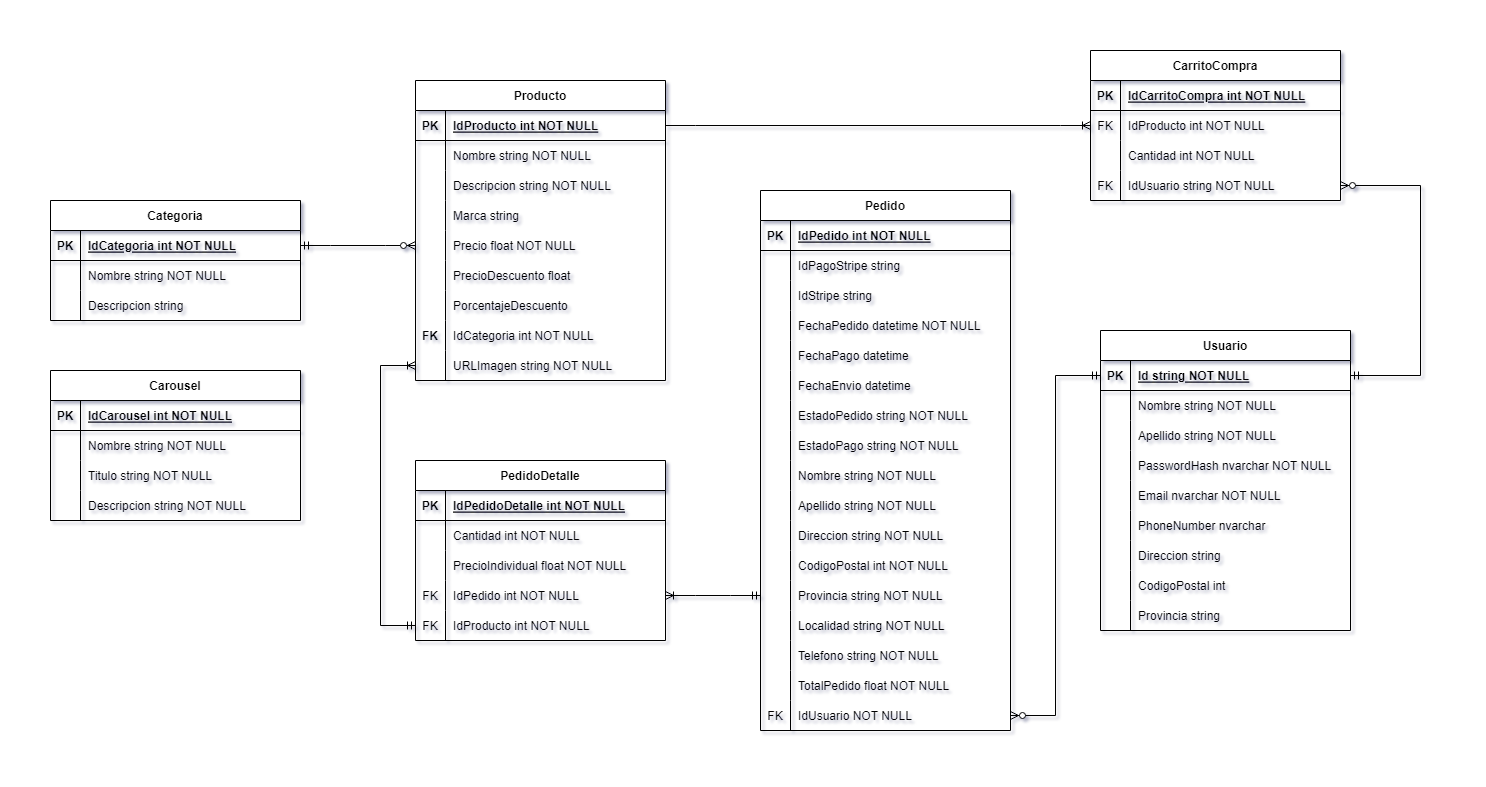
This is ECommerceWeb/wwwroot/images/sobre_el_proyecto/DER_oscuro.png from JoseNarvaja/e-commerce-web, a draw.io export, as it was before one commit. Source tidied: cells renumbered, new cells last; positions are measured from the earlier drawing's top-left corner, leaving out a move shared by most shapes.
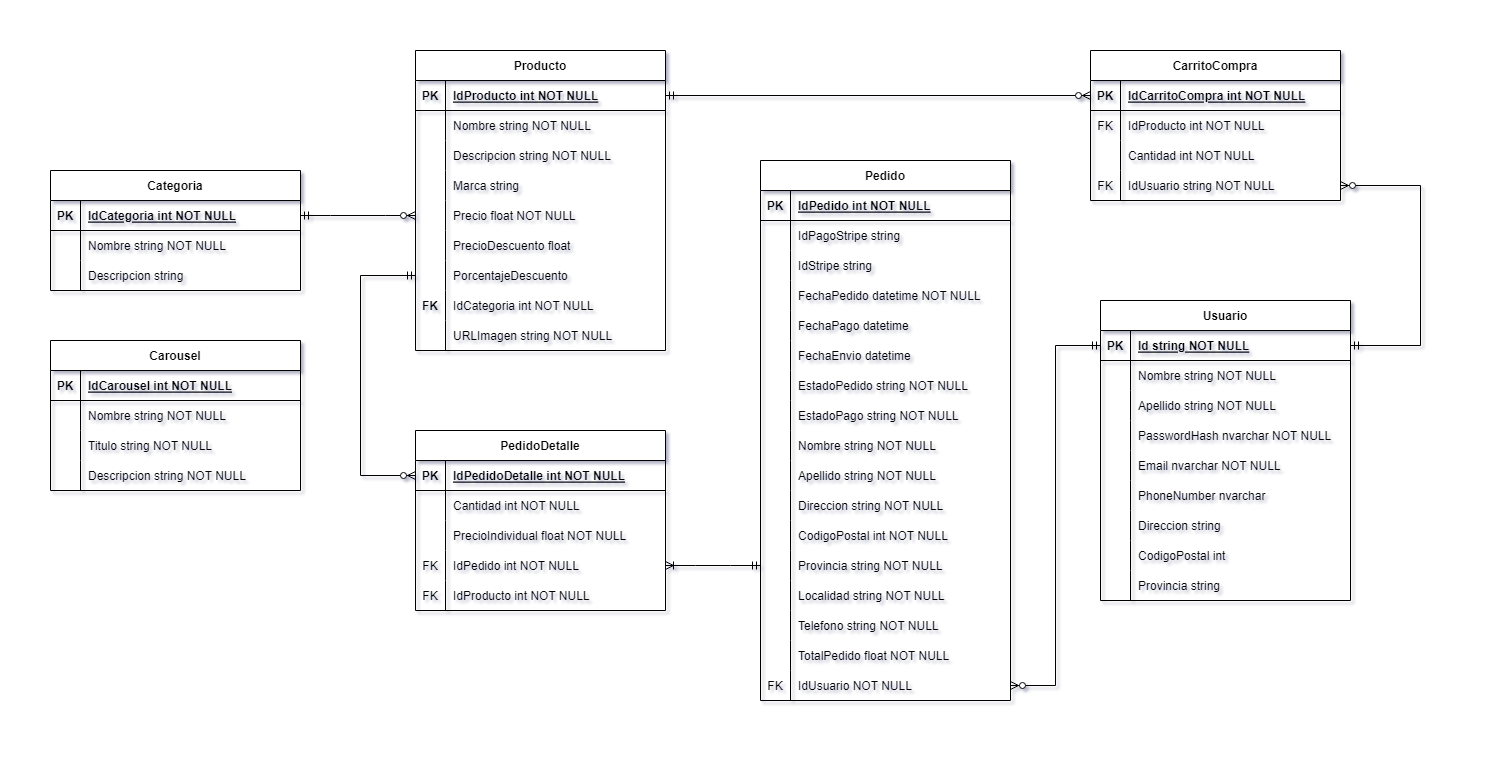
The same file after the commit.

Change to the diagram source:
```diff
@@ -117,7 +117,7 @@
       <mxGeometry x="30" width="220" height="30" as="geometry" />
     </mxCell>
     <mxCell id="40" value="CarritoCompra" style="shape=table;startSize=30;rowLines=0;fontStyle=1;align=center;" parent="1" vertex="1">
-      <mxGeometry x="1040" width="250" height="150" as="geometry" />
+      <mxGeometry x="1040" y="30" width="250" height="150" as="geometry" />
     </mxCell>
     <mxCell id="41" style="shape=partialRectangle;fillColor=none;points=[[0,0.5],[1,0.5]];portConstraint=eastwest;top=0;left=0;right=0;bottom=1;" parent="40" vertex="1">
       <mxGeometry y="30" width="250" height="30" as="geometry" />
@@ -155,9 +155,6 @@
     <mxCell id="52" value="IdUsuario string NOT NULL" style="shape=partialRectangle;overflow=hidden;fillColor=none;top=0;left=0;bottom=0;right=0;align=left;spacingLeft=6;" parent="50" vertex="1">
       <mxGeometry x="30" width="220" height="30" as="geometry" />
     </mxCell>
-    <mxCell id="53" style="edgeStyle=entityRelationEdgeStyle;fontSize=12;html=1;endArrow=ERoneToMany;rounded=0;entryX=0;entryY=0.5;entryDx=0;entryDy=0;exitX=1;exitY=0.5;exitDx=0;exitDy=0;" parent="1" edge="1" source="3" target="44">
-      <mxGeometry relative="1" as="geometry" />
-    </mxCell>
     <mxCell id="54" value="Usuario" style="shape=table;startSize=30;rowLines=0;fontStyle=1;align=center;" parent="1" vertex="1">
       <mxGeometry x="1050" y="280" width="250" height="300" as="geometry" />
     </mxCell>
@@ -462,13 +459,6 @@
     <mxCell id="153" style="edgeStyle=entityRelationEdgeStyle;fontSize=12;html=1;endArrow=ERoneToMany;startArrow=ERmandOne;rounded=0;entryX=1;entryY=0.5;entryDx=0;entryDy=0;exitX=0;exitY=0.5;exitDx=0;exitDy=0;" parent="1" edge="1" source="119" target="147">
       <mxGeometry relative="1" as="geometry" />
     </mxCell>
-    <mxCell id="154" style="edgeStyle=elbowEdgeStyle;fontSize=12;html=1;endArrow=ERoneToMany;startArrow=ERmandOne;rounded=0;exitX=0;exitY=0.5;exitDx=0;exitDy=0;entryX=0;entryY=0.5;entryDx=0;entryDy=0;" parent="1" edge="1" source="150" target="27">
-      <mxGeometry relative="1" as="geometry">
-        <Array as="points">
-          <mxPoint x="330" y="445" />
-        </Array>
-      </mxGeometry>
-    </mxCell>
     <mxCell id="155" value="Carousel" style="shape=table;startSize=30;rowLines=0;fontStyle=1;align=center;" parent="1" vertex="1">
       <mxGeometry y="320" width="250" height="150" as="geometry" />
     </mxCell>
@@ -508,5 +498,15 @@
     <mxCell id="167" value="Descripcion string NOT NULL" style="shape=partialRectangle;overflow=hidden;fillColor=none;top=0;left=0;bottom=0;right=0;align=left;spacingLeft=6;" parent="165" vertex="1">
       <mxGeometry x="30" width="220" height="30" as="geometry" />
     </mxCell>
+    <mxCell id="168" style="fontSize=12;html=1;endArrow=ERzeroToMany;startArrow=ERmandOne;rounded=0;exitX=1;exitY=0.5;exitDx=0;exitDy=0;entryX=0;entryY=0.5;entryDx=0;entryDy=0;" parent="1" edge="1" source="3" target="41">
+      <mxGeometry relative="1" as="geometry" />
+    </mxCell>
+    <mxCell id="169" style="edgeStyle=elbowEdgeStyle;fontSize=12;html=1;endArrow=ERzeroToMany;startArrow=ERmandOne;rounded=0;exitX=0;exitY=0.5;exitDx=0;exitDy=0;entryX=0;entryY=0.5;entryDx=0;entryDy=0;" parent="1" edge="1" source="21" target="138">
+      <mxGeometry relative="1" as="geometry">
+        <Array as="points">
+          <mxPoint x="310" y="390" />
+        </Array>
+      </mxGeometry>
+    </mxCell>
   </root>
 </mxGraphModel>
```
